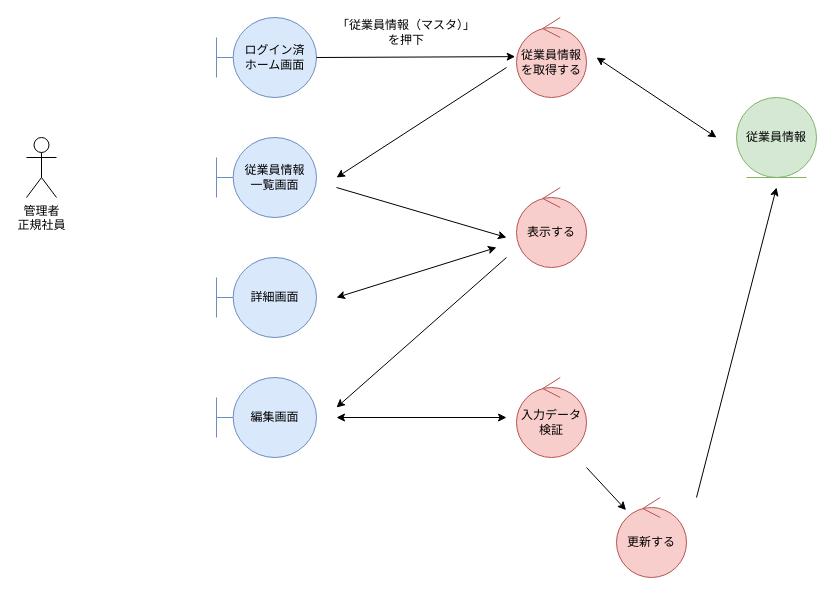
Earlier version of the draw.io diagram page "*従業員情報管理_編集" (9 of 19) of 各種設計書/3ロバストネス図/人事管理/従業員情報管理.drawio (HaruShim/Sotuken). Source tidied: cells renumbered, new cells numbered last; positions are measured from the earlier drawing's top-left corner, leaving out a move shared by most shapes. Both pictures are drawn from the tidied source at 100%, with x=0, y=0 at pixel (26, 17).
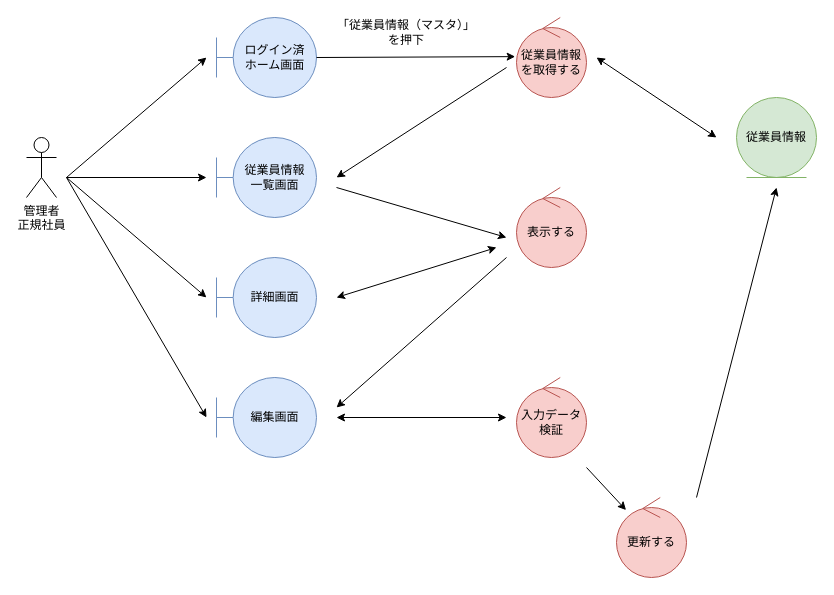
The same diagram, later.

The edit, as a diff of the source:
```diff
@@
+    <mxCell id="22" style="endArrow=classic;html=1;rounded=0;" parent="1" edge="1">
+      <mxGeometry relative="1" as="geometry">
+        <mxPoint x="40" y="160" as="sourcePoint" />
+        <mxPoint x="180" y="160" as="targetPoint" />
+      </mxGeometry>
+    </mxCell>
+    <mxCell id="23" style="endArrow=classic;html=1;rounded=0;" parent="1" edge="1">
+      <mxGeometry relative="1" as="geometry">
+        <mxPoint x="40" y="160" as="sourcePoint" />
+        <mxPoint x="180" y="40" as="targetPoint" />
+      </mxGeometry>
+    </mxCell>
+    <mxCell id="24" style="endArrow=classic;html=1;rounded=0;" parent="1" edge="1">
+      <mxGeometry relative="1" as="geometry">
+        <mxPoint x="40" y="160" as="sourcePoint" />
+        <mxPoint x="180" y="280" as="targetPoint" />
+      </mxGeometry>
+    </mxCell>
+    <mxCell id="25" style="endArrow=classic;html=1;rounded=0;" parent="1" edge="1">
+      <mxGeometry relative="1" as="geometry">
+        <mxPoint x="40" y="160" as="sourcePoint" />
+        <mxPoint x="180" y="400" as="targetPoint" />
+      </mxGeometry>
+    </mxCell>
```
